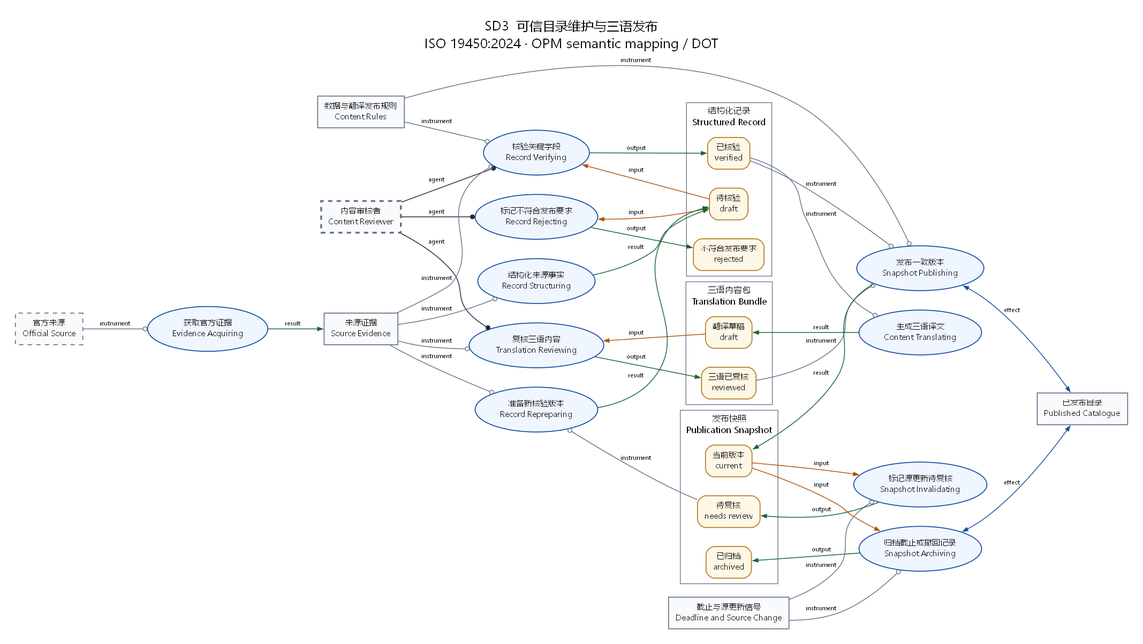
witold-andelie/Czech-Uni-Application keeps this Graphviz diagram as opm/SD3.png. Above is the earlier version. Its source is kept beside it as opm/SD3.dot.
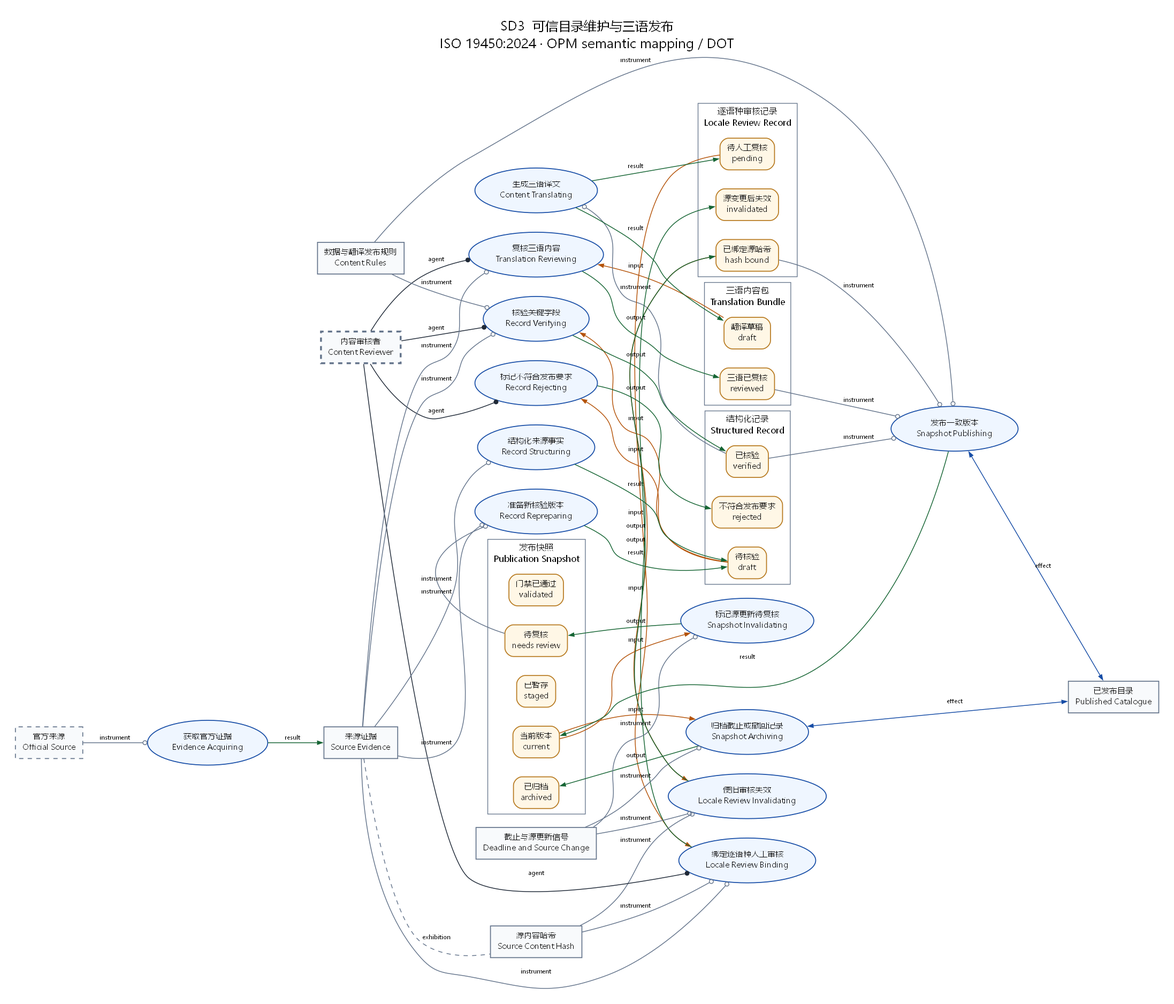
Above is the later version.

Change to the diagram source:
```diff
@@ -13,15 +13,25 @@
     rejected [label="不符合发布要求\nrejected", shape="box", style="rounded,filled", fillcolor="#FFF7E6", color="#B7791F", opm_kind="state", opm_owner="facts"];
     verified [label="已核验\nverified", shape="box", style="rounded,filled", fillcolor="#FFF7E6", color="#B7791F", opm_kind="state", opm_owner="facts"];
   }
+  subgraph cluster_localereview {
+    graph [label="逐语种审核记录\nLocale Review Record", color="#64748B", style="solid", fontsize="12", opm_kind="object", opm_id="localereview"];
+    reviewbound [label="已绑定源哈希\nhash bound", shape="box", style="rounded,filled", fillcolor="#FFF7E6", color="#B7791F", opm_kind="state", opm_owner="localereview"];
+    reviewinvalid [label="源变更后失效\ninvalidated", shape="box", style="rounded,filled", fillcolor="#FFF7E6", color="#B7791F", opm_kind="state", opm_owner="localereview"];
+    reviewpending [label="待人工复核\npending", shape="box", style="rounded,filled", fillcolor="#FFF7E6", color="#B7791F", opm_kind="state", opm_owner="localereview"];
+  }
   subgraph cluster_snapshot {
     graph [label="发布快照\nPublication Snapshot", color="#64748B", style="solid", fontsize="12", opm_kind="object", opm_id="snapshot"];
     archived [label="已归档\narchived", shape="box", style="rounded,filled", fillcolor="#FFF7E6", color="#B7791F", opm_kind="state", opm_owner="snapshot"];
     live [label="当前版本\ncurrent", shape="box", style="rounded,filled", fillcolor="#FFF7E6", color="#B7791F", opm_kind="state", opm_owner="snapshot"];
+    stagedsnapshot [label="已暂存\nstaged", shape="box", style="rounded,filled", fillcolor="#FFF7E6", color="#B7791F", opm_kind="state", opm_owner="snapshot"];
     stale [label="待复核\nneeds review", shape="box", style="rounded,filled", fillcolor="#FFF7E6", color="#B7791F", opm_kind="state", opm_owner="snapshot"];
+    validatedsnapshot [label="门禁已通过\nvalidated", shape="box", style="rounded,filled", fillcolor="#FFF7E6", color="#B7791F", opm_kind="state", opm_owner="snapshot"];
   }
   acquire [label="获取官方证据\nEvidence Acquiring", shape="ellipse", style="filled", fillcolor="#EFF6FF", color="#174DA6", opm_kind="process"];
   archive [label="归档截止或撤回记录\nSnapshot Archiving", shape="ellipse", style="filled", fillcolor="#EFF6FF", color="#174DA6", opm_kind="process"];
+  bindreview [label="绑定逐语种人工审核\nLocale Review Binding", shape="ellipse", style="filled", fillcolor="#EFF6FF", color="#174DA6", opm_kind="process"];
   catalog [label="已发布目录\nPublished Catalogue", shape="box", style="filled", fillcolor="#F8FAFC", color="#64748B", opm_kind="object"];
+  contenthash [label="源内容哈希\nSource Content Hash", shape="box", style="filled", fillcolor="#F8FAFC", color="#64748B", opm_kind="object"];
   deadline [label="截止与源更新信号\nDeadline and Source Change", shape="box", style="filled", fillcolor="#F8FAFC", color="#64748B", opm_kind="object"];
   editor [label="内容审核者\nContent Reviewer", shape="box", style="dashed,filled", fillcolor="#F8FAFC", color="#64748B", opm_kind="object", penwidth="2.6"];
   evidence [label="来源证据\nSource Evidence", shape="box", style="filled", fillcolor="#F8FAFC", color="#64748B", opm_kind="object"];
@@ -32,6 +42,7 @@
   reject [label="标记不符合发布要求\nRecord Rejecting", shape="ellipse", style="filled", fillcolor="#EFF6FF", color="#174DA6", opm_kind="process"];
   retry [label="准备新核验版本\nRecord Repreparing", shape="ellipse", style="filled", fillcolor="#EFF6FF", color="#174DA6", opm_kind="process"];
   review [label="复核三语内容\nTranslation Reviewing", shape="ellipse", style="filled", fillcolor="#EFF6FF", color="#174DA6", opm_kind="process"];
+  reviewinvalidate [label="使旧审核失效\nLocale Review Invalidating", shape="ellipse", style="filled", fillcolor="#EFF6FF", color="#174DA6", opm_kind="process"];
   source [label="官方来源\nOfficial Source", shape="box", style="dashed,filled", fillcolor="#F8FAFC", color="#64748B", opm_kind="object"];
   translate [label="生成三语译文\nContent Translating", shape="ellipse", style="filled", fillcolor="#EFF6FF", color="#174DA6", opm_kind="process"];
   verify [label="核验关键字段\nRecord Verifying", shape="ellipse", style="filled", fillcolor="#EFF6FF", color="#174DA6", opm_kind="process"];
@@ -49,12 +60,24 @@
   editor -> reject [arrowhead="dot", color="#1F2937", label="agent", opm_relation="agent"];
   verified -> translate [arrowhead="odot", color="#64748B", label="instrument", opm_relation="instrument"];
   translate -> translated [arrowhead="normal", color="#166534", label="result", opm_relation="result"];
+  translate -> reviewpending [arrowhead="normal", color="#166534", label="result", opm_relation="result"];
   translated -> review [arrowhead="normal", color="#B45309", label="input", opm_relation="input"];
   review -> reviewed [arrowhead="normal", color="#166534", label="output", opm_relation="output"];
   editor -> review [arrowhead="dot", color="#1F2937", label="agent", opm_relation="agent"];
   evidence -> review [arrowhead="odot", color="#64748B", label="instrument", opm_relation="instrument"];
+  evidence -> contenthash [dir="none", color="#64748B", style="dashed", label="exhibition", opm_relation="exhibition"];
+  reviewpending -> bindreview [arrowhead="normal", color="#B45309", label="input", opm_relation="input"];
+  bindreview -> reviewbound [arrowhead="normal", color="#166534", label="output", opm_relation="output"];
+  editor -> bindreview [arrowhead="dot", color="#1F2937", label="agent", opm_relation="agent"];
+  contenthash -> bindreview [arrowhead="odot", color="#64748B", label="instrument", opm_relation="instrument"];
+  evidence -> bindreview [arrowhead="odot", color="#64748B", label="instrument", opm_relation="instrument"];
+  reviewbound -> reviewinvalidate [arrowhead="normal", color="#B45309", label="input", opm_relation="input"];
+  reviewinvalidate -> reviewinvalid [arrowhead="normal", color="#166534", label="output", opm_relation="output"];
+  deadline -> reviewinvalidate [arrowhead="odot", color="#64748B", label="instrument", opm_relation="instrument"];
+  contenthash -> reviewinvalidate [arrowhead="odot", color="#64748B", label="instrument", opm_relation="instrument"];
   verified -> publish [arrowhead="odot", color="#64748B", label="instrument", opm_relation="instrument"];
   reviewed -> publish [arrowhead="odot", color="#64748B", label="instrument", opm_relation="instrument"];
+  reviewbound -> publish [arrowhead="odot", color="#64748B", label="instrument", opm_relation="instrument"];
   quality -> publish [arrowhead="odot", color="#64748B", label="instrument", opm_relation="instrument"];
   publish -> live [arrowhead="normal", color="#166534", label="result", opm_relation="result"];
   publish -> catalog [dir="both", arrowhead="normal", arrowtail="normal", color="#174DA6", label="effect", opm_relation="effect"];
```
